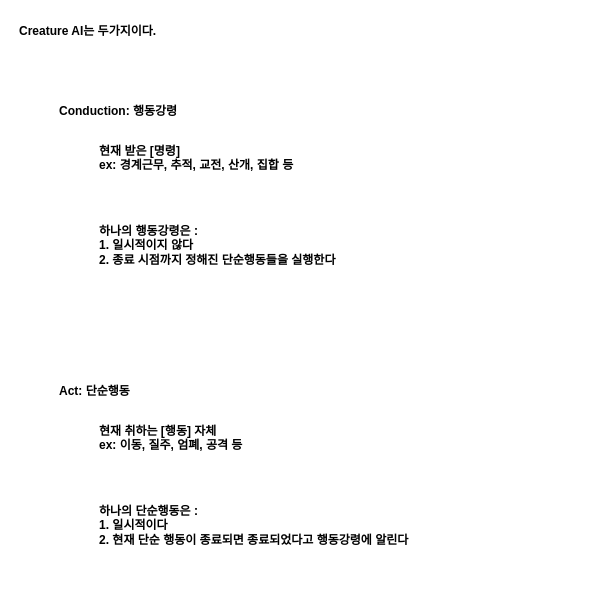
The draw.io diagram page "Intro" (1 of 4) of documents/Structure For AI.drawio in VanSubstance/To-the-North, before the edit. Source tidied: cells renumbered, new cells numbered last; positions are measured from the earlier drawing's top-left corner, leaving out a move shared by most shapes. Both pictures are drawn from the tidied source at 100%, with x=0, y=0 at pixel (17, 17).
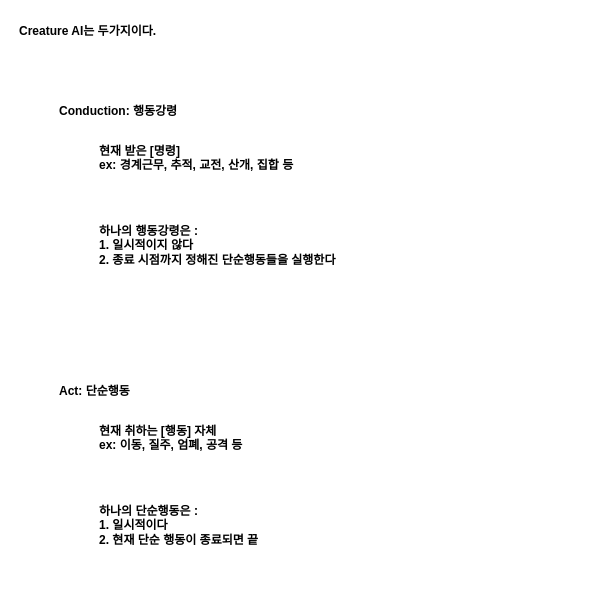
The same page after the edit.

The edit, as a diff of the source:
```diff
@@
 <mxGraphModel>
   <root>
     <mxCell id="0" />
     <mxCell id="1" parent="0" />
     <mxCell id="2" value="Creature AI는 두가지이다." style="text;html=1;strokeColor=none;fillColor=none;align=left;verticalAlign=top;whiteSpace=wrap;rounded=0;fontStyle=1;" parent="1" vertex="1">
       <mxGeometry width="480" height="30" as="geometry" />
     </mxCell>
     <mxCell id="3" value="Conduction: 행동강령" style="text;html=1;strokeColor=none;fillColor=none;align=left;verticalAlign=top;whiteSpace=wrap;rounded=0;fontStyle=1;" parent="1" vertex="1">
       <mxGeometry x="40" y="80" width="480" height="30" as="geometry" />
     </mxCell>
     <mxCell id="4" value="현재 받은 [명령]&lt;br&gt;ex: 경계근무, 추적, 교전, 산개, 집합 등" style="text;html=1;strokeColor=none;fillColor=none;align=left;verticalAlign=top;whiteSpace=wrap;rounded=0;fontStyle=1;" parent="1" vertex="1">
       <mxGeometry x="80" y="120" width="480" height="30" as="geometry" />
     </mxCell>
     <mxCell id="5" value="Act: 단순행동" style="text;html=1;strokeColor=none;fillColor=none;align=left;verticalAlign=top;whiteSpace=wrap;rounded=0;fontStyle=1;" parent="1" vertex="1">
       <mxGeometry x="40" y="360" width="480" height="30" as="geometry" />
     </mxCell>
     <mxCell id="6" value="현재 취하는 [행동] 자체&lt;br&gt;ex: 이동, 질주, 엄폐, 공격 등" style="text;html=1;strokeColor=none;fillColor=none;align=left;verticalAlign=top;whiteSpace=wrap;rounded=0;fontStyle=1;" parent="1" vertex="1">
       <mxGeometry x="80" y="400" width="480" height="30" as="geometry" />
     </mxCell>
     <mxCell id="7" value="하나의 행동강령은 :&lt;br&gt;1. 일시적이지 않다&lt;br&gt;2. 종료 시점까지 정해진 단순행동들을 실행한다" style="text;html=1;strokeColor=none;fillColor=none;align=left;verticalAlign=top;whiteSpace=wrap;rounded=0;fontStyle=1;" parent="1" vertex="1">
       <mxGeometry x="80" y="200" width="480" height="80" as="geometry" />
     </mxCell>
-    <mxCell id="8" value="하나의 단순행동은 :&lt;br&gt;1. 일시적이다&lt;br&gt;2. 현재 단순 행동이 종료되면 종료되었다고 행동강령에 알린다" style="text;html=1;strokeColor=none;fillColor=none;align=left;verticalAlign=top;whiteSpace=wrap;rounded=0;fontStyle=1;" parent="1" vertex="1">
+    <mxCell id="8" value="하나의 단순행동은 :&lt;br&gt;1. 일시적이다&lt;br&gt;2. 현재 단순 행동이 종료되면 끝" style="text;html=1;strokeColor=none;fillColor=none;align=left;verticalAlign=top;whiteSpace=wrap;rounded=0;fontStyle=1;" parent="1" vertex="1">
       <mxGeometry x="80" y="480" width="480" height="80" as="geometry" />
     </mxCell>
   </root>
 </mxGraphModel>
```
